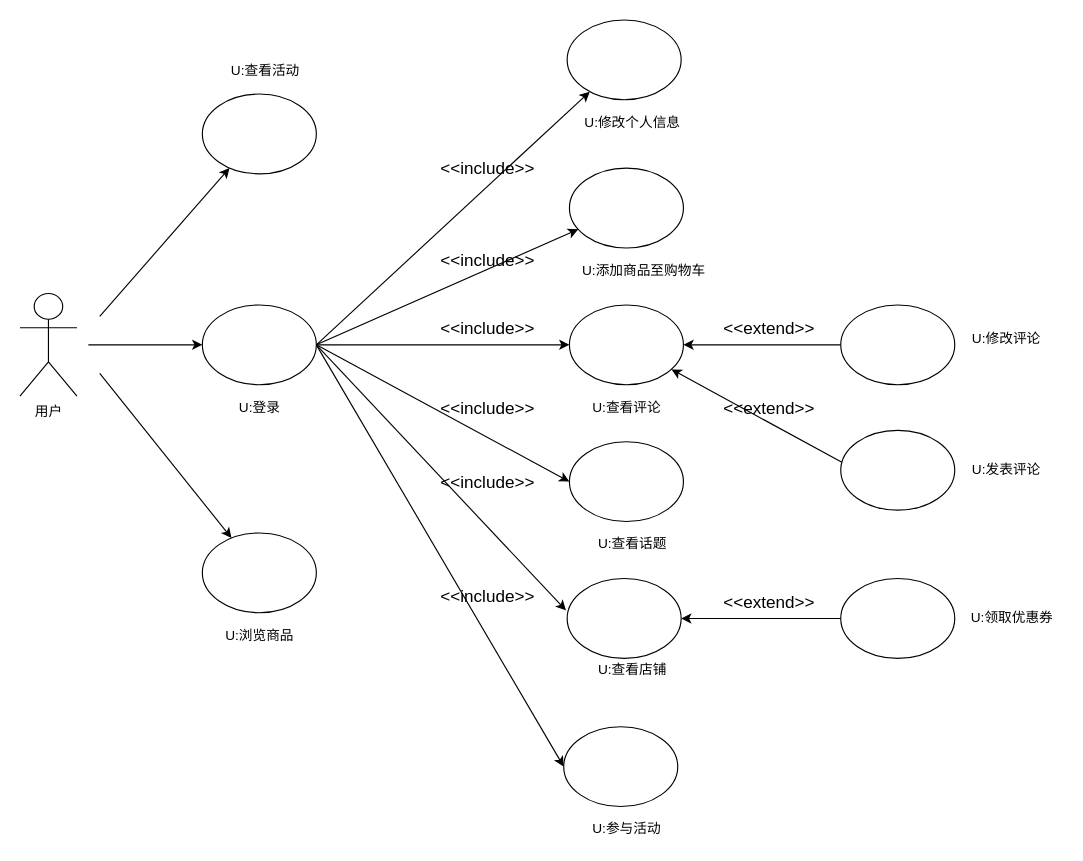
The draw.io diagram 软工导论小组作业/需求建模之用例模型（商品模块-用户）.drawio in app1echip/grams, before the edit. Source tidied: cells renumbered, new cells numbered last; positions are measured from the earlier drawing's top-left corner, leaving out a move shared by most shapes. Both pictures are drawn from the tidied source at 114%, with x=0, y=0 at pixel (19, 19).
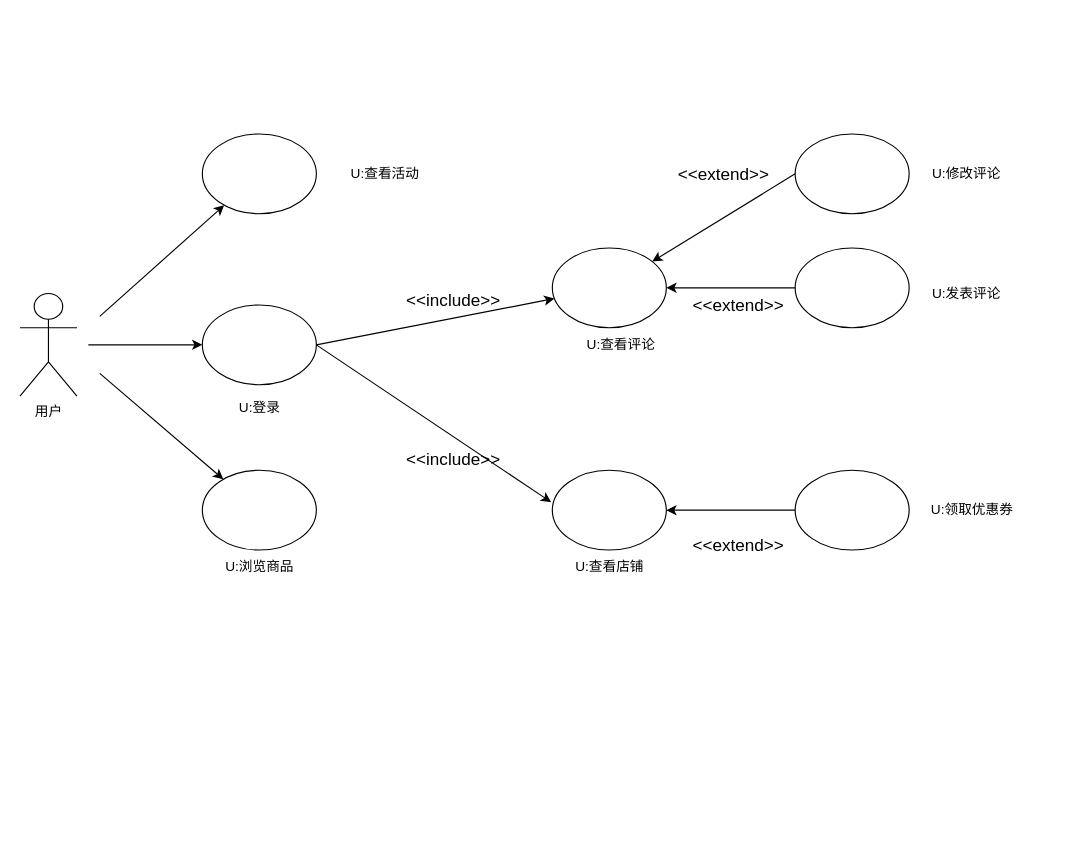
Above is the later version.

Commit message:
Update 需求建模之用例模型（商品模块-用户）.drawio

Unchanged cells that the change refers to:
```xml
<mxCell id="4" style="ellipse;whiteSpace=wrap;html=1;" parent="1" vertex="1">
  <mxGeometry x="160" y="250" width="100" height="70" as="geometry" />
</mxCell>
```

Change to the diagram source:
```diff
@@
-    <mxCell id="6" style="edgeStyle=none;rounded=0;jettySize=auto;html=1;startArrow=classic;startFill=1;endArrow=none;endFill=0;" parent="1" edge="1" source="7">
-      <mxGeometry relative="1" as="geometry">
-        <mxPoint x="260" y="285" as="targetPoint" />
-      </mxGeometry>
-    </mxCell>
-    <mxCell id="7" style="ellipse;whiteSpace=wrap;html=1;" parent="1" vertex="1">
-      <mxGeometry x="482" y="130" width="100" height="70" as="geometry" />
-    </mxCell>
-    <mxCell id="8" style="edgeStyle=none;rounded=0;jettySize=auto;html=1;startArrow=classic;startFill=1;endArrow=none;endFill=0;entryX=1;entryY=0.5;entryDx=0;entryDy=0;" parent="1" edge="1" source="9" target="4">
-      <mxGeometry relative="1" as="geometry" />
-    </mxCell>
-    <mxCell id="9" style="ellipse;whiteSpace=wrap;html=1;" parent="1" vertex="1">
-      <mxGeometry x="480" width="100" height="70" as="geometry" />
-    </mxCell>
@@
-    <mxCell id="12" style="edgeStyle=none;rounded=0;jettySize=auto;html=1;entryX=0.01;entryY=0.4;entryDx=0;entryDy=0;entryPerimeter=0;startArrow=classic;startFill=1;endArrow=none;endFill=0;" parent="1" edge="1" source="13" target="33">
+    <mxCell id="12" style="edgeStyle=none;rounded=0;jettySize=auto;html=1;entryX=0;entryY=0.5;entryDx=0;entryDy=0;startArrow=classic;startFill=1;endArrow=none;endFill=0;" parent="1" edge="1" source="13" target="33">
       <mxGeometry relative="1" as="geometry" />
     </mxCell>
     <mxCell id="13" style="ellipse;whiteSpace=wrap;html=1;" parent="1" vertex="1">
-      <mxGeometry x="482" y="250" width="100" height="70" as="geometry" />
+      <mxGeometry x="467" y="200" width="100" height="70" as="geometry" />
     </mxCell>
     <mxCell id="14" style="ellipse;whiteSpace=wrap;html=1;" parent="1" vertex="1">
-      <mxGeometry x="720" y="490" width="100" height="70" as="geometry" />
+      <mxGeometry x="680" y="395" width="100" height="70" as="geometry" />
     </mxCell>
     <mxCell id="15" style="ellipse;whiteSpace=wrap;html=1;" parent="1" vertex="1">
-      <mxGeometry x="720" y="250" width="100" height="70" as="geometry" />
+      <mxGeometry x="680" y="100" width="100" height="70" as="geometry" />
     </mxCell>
-    <mxCell id="16" style="edgeStyle=none;rounded=0;jettySize=auto;html=1;entryX=1;entryY=0.5;entryDx=0;entryDy=0;startArrow=classic;startFill=1;endArrow=none;endFill=0;exitX=0;exitY=0.5;exitDx=0;exitDy=0;" parent="1" edge="1" source="17" target="4">
-      <mxGeometry relative="1" as="geometry" />
-    </mxCell>
-    <mxCell id="17" style="ellipse;whiteSpace=wrap;html=1;" parent="1" vertex="1">
-      <mxGeometry x="482" y="370" width="100" height="70" as="geometry" />
-    </mxCell>
@@
     <mxCell id="19" value="&lt;span&gt;U:&lt;/span&gt;&lt;span&gt;修改评论&lt;/span&gt;" style="text;html=1;align=center;verticalAlign=middle;" parent="1" vertex="1">
-      <mxGeometry x="825" y="270" width="80" height="20" as="geometry" />
+      <mxGeometry x="790" y="125" width="80" height="20" as="geometry" />
     </mxCell>
     <mxCell id="20" value="&lt;span&gt;U:查看&lt;/span&gt;&lt;span&gt;评论&lt;/span&gt;" style="text;html=1;align=center;verticalAlign=middle;" parent="1" vertex="1">
-      <mxGeometry x="492" y="330" width="80" height="20" as="geometry" />
+      <mxGeometry x="487" y="275" width="80" height="20" as="geometry" />
     </mxCell>
-    <mxCell id="21" value="&lt;span&gt;U:&lt;/span&gt;&lt;span&gt;修改个人信息&lt;/span&gt;" style="text;html=1;align=center;verticalAlign=middle;" parent="1" vertex="1">
-      <mxGeometry x="487" y="80" width="100" height="20" as="geometry" />
-    </mxCell>
     <mxCell id="22" value="&lt;span&gt;U:&lt;/span&gt;&lt;span&gt;领取优惠券&lt;/span&gt;" style="text;html=1;align=center;verticalAlign=middle;" parent="1" vertex="1">
-      <mxGeometry x="825" y="515" width="90" height="20" as="geometry" />
+      <mxGeometry x="790" y="420" width="90" height="20" as="geometry" />
     </mxCell>
-    <mxCell id="23" value="&lt;span&gt;U:&lt;/span&gt;&lt;span&gt;查看话题&lt;/span&gt;" style="text;html=1;align=center;verticalAlign=middle;" parent="1" vertex="1">
-      <mxGeometry x="497" y="450" width="80" height="20" as="geometry" />
-    </mxCell>
-    <mxCell id="24" value="&lt;span&gt;U:&lt;/span&gt;&lt;span&gt;添加商品至购物车&lt;/span&gt;" style="text;html=1;align=center;verticalAlign=middle;" parent="1" vertex="1">
-      <mxGeometry x="487" y="210" width="120" height="20" as="geometry" />
-    </mxCell>
-    <mxCell id="25" value="&lt;font style=&quot;font-size: 15px&quot;&gt;&amp;lt;&amp;lt;include&amp;gt;&amp;gt;&lt;/font&gt;" style="text;html=1;align=center;verticalAlign=middle;" parent="1" vertex="1">
-      <mxGeometry x="360" y="120" width="100" height="20" as="geometry" />
-    </mxCell>
-    <mxCell id="26" value="&lt;font style=&quot;font-size: 15px&quot;&gt;&amp;lt;&amp;lt;include&amp;gt;&amp;gt;&lt;/font&gt;" style="text;html=1;align=center;verticalAlign=middle;" parent="1" vertex="1">
-      <mxGeometry x="360" y="200" width="100" height="20" as="geometry" />
-    </mxCell>
-    <mxCell id="27" value="&lt;font style=&quot;font-size: 15px&quot;&gt;&amp;lt;&amp;lt;include&amp;gt;&amp;gt;&lt;/font&gt;" style="text;html=1;align=center;verticalAlign=middle;" parent="1" vertex="1">
-      <mxGeometry x="360" y="330" width="100" height="20" as="geometry" />
-    </mxCell>
@@
     <mxCell id="30" style="ellipse;whiteSpace=wrap;html=1;" parent="1" vertex="1">
-      <mxGeometry x="480" y="490" width="100" height="70" as="geometry" />
+      <mxGeometry x="467" y="395" width="100" height="70" as="geometry" />
     </mxCell>
-    <mxCell id="31" value="&lt;font style=&quot;font-size: 15px&quot;&gt;&amp;lt;&amp;lt;include&amp;gt;&amp;gt;&lt;/font&gt;" style="text;html=1;align=center;verticalAlign=middle;" parent="1" vertex="1">
-      <mxGeometry x="360" y="495" width="100" height="20" as="geometry" />
-    </mxCell>
     <mxCell id="32" value="&lt;span&gt;U:&lt;/span&gt;&lt;span&gt;查看店铺&lt;/span&gt;" style="text;html=1;align=center;verticalAlign=middle;" parent="1" vertex="1">
-      <mxGeometry x="497" y="560" width="80" height="20" as="geometry" />
+      <mxGeometry x="477" y="470" width="80" height="20" as="geometry" />
     </mxCell>
     <mxCell id="33" style="ellipse;whiteSpace=wrap;html=1;" parent="1" vertex="1">
-      <mxGeometry x="720" y="360" width="100" height="70" as="geometry" />
+      <mxGeometry x="680" y="200" width="100" height="70" as="geometry" />
     </mxCell>
     <mxCell id="34" value="&lt;span&gt;U:发表&lt;/span&gt;&lt;span&gt;评论&lt;/span&gt;" style="text;html=1;align=center;verticalAlign=middle;" parent="1" vertex="1">
-      <mxGeometry x="825" y="385" width="80" height="20" as="geometry" />
+      <mxGeometry x="790" y="230" width="80" height="20" as="geometry" />
     </mxCell>
     <mxCell id="35" value="&lt;font style=&quot;font-size: 15px&quot;&gt;&amp;lt;&amp;lt;extend&amp;gt;&amp;gt;&lt;/font&gt;" style="text;html=1;align=center;verticalAlign=middle;" parent="1" vertex="1">
-      <mxGeometry x="607" y="260" width="100" height="20" as="geometry" />
+      <mxGeometry x="567" y="125" width="100" height="20" as="geometry" />
     </mxCell>
     <mxCell id="36" value="&lt;font style=&quot;font-size: 15px&quot;&gt;&amp;lt;&amp;lt;extend&amp;gt;&amp;gt;&lt;/font&gt;" style="text;html=1;align=center;verticalAlign=middle;" parent="1" vertex="1">
-      <mxGeometry x="607" y="330" width="100" height="20" as="geometry" />
+      <mxGeometry x="580" y="240" width="100" height="20" as="geometry" />
     </mxCell>
     <mxCell id="37" value="&lt;font style=&quot;font-size: 15px&quot;&gt;&amp;lt;&amp;lt;include&amp;gt;&amp;gt;&lt;/font&gt;" style="text;html=1;align=center;verticalAlign=middle;" parent="1" vertex="1">
-      <mxGeometry x="360" y="395" width="100" height="20" as="geometry" />
+      <mxGeometry x="330" y="375" width="100" height="20" as="geometry" />
     </mxCell>
     <mxCell id="38" value="&lt;font style=&quot;font-size: 15px&quot;&gt;&amp;lt;&amp;lt;extend&amp;gt;&amp;gt;&lt;/font&gt;" style="text;html=1;align=center;verticalAlign=middle;" parent="1" vertex="1">
-      <mxGeometry x="607" y="500" width="100" height="20" as="geometry" />
+      <mxGeometry x="580" y="450" width="100" height="20" as="geometry" />
     </mxCell>
@@
-    <mxCell id="40" style="edgeStyle=none;rounded=0;jettySize=auto;html=1;entryX=0;entryY=0.5;entryDx=0;entryDy=0;startArrow=none;startFill=0;endArrow=classic;endFill=1;exitX=1;exitY=0.5;exitDx=0;exitDy=0;" parent="1" edge="1" source="4" target="43">
-      <mxGeometry relative="1" as="geometry" />
-    </mxCell>
     <mxCell id="41" style="ellipse;whiteSpace=wrap;html=1;" parent="1" vertex="1">
-      <mxGeometry x="160" y="65" width="100" height="70" as="geometry" />
+      <mxGeometry x="160" y="100" width="100" height="70" as="geometry" />
     </mxCell>
     <mxCell id="42" value="&lt;span&gt;U:&lt;/span&gt;&lt;span&gt;查看活动&lt;/span&gt;" style="text;html=1;align=center;verticalAlign=middle;" parent="1" vertex="1">
-      <mxGeometry x="175" y="35" width="80" height="20" as="geometry" />
+      <mxGeometry x="280" y="125" width="80" height="20" as="geometry" />
     </mxCell>
-    <mxCell id="43" style="ellipse;whiteSpace=wrap;html=1;" parent="1" vertex="1">
-      <mxGeometry x="477" y="620" width="100" height="70" as="geometry" />
-    </mxCell>
-    <mxCell id="44" value="&lt;span&gt;U:参与&lt;/span&gt;&lt;span&gt;活动&lt;/span&gt;" style="text;html=1;align=center;verticalAlign=middle;" parent="1" vertex="1">
-      <mxGeometry x="492" y="700" width="80" height="20" as="geometry" />
-    </mxCell>
     <mxCell id="45" style="ellipse;whiteSpace=wrap;html=1;" parent="1" vertex="1">
-      <mxGeometry x="160" y="450" width="100" height="70" as="geometry" />
+      <mxGeometry x="160" y="395" width="100" height="70" as="geometry" />
     </mxCell>
     <mxCell id="46" value="&lt;span&gt;U:&lt;/span&gt;&lt;span&gt;浏览商品&lt;/span&gt;" style="text;html=1;align=center;verticalAlign=middle;" parent="1" vertex="1">
-      <mxGeometry x="170" y="530" width="80" height="20" as="geometry" />
+      <mxGeometry x="170" y="470" width="80" height="20" as="geometry" />
     </mxCell>
     <mxCell id="47" value="&lt;font style=&quot;font-size: 15px&quot;&gt;&amp;lt;&amp;lt;include&amp;gt;&amp;gt;&lt;/font&gt;" style="text;html=1;align=center;verticalAlign=middle;" parent="1" vertex="1">
-      <mxGeometry x="360" y="260" width="100" height="20" as="geometry" />
+      <mxGeometry x="330" y="235" width="100" height="20" as="geometry" />
     </mxCell>
```
